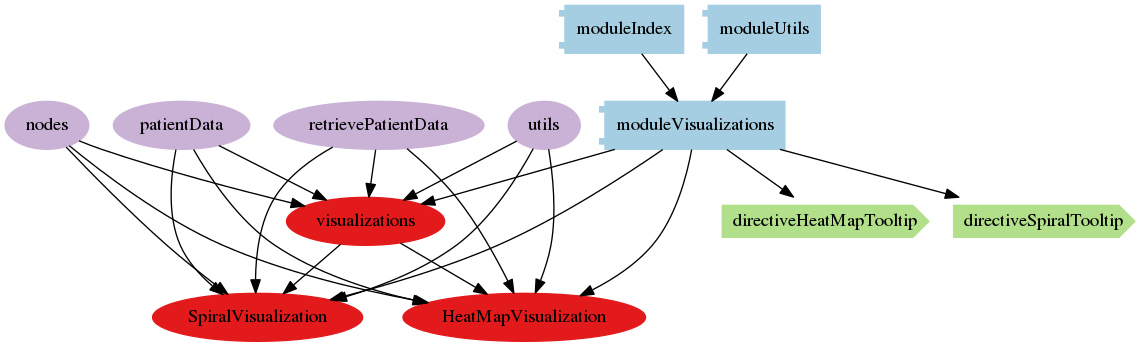
Above: architecture/png/modules/moduleVisualizations.png in nevesnunes/MultiViz (Graphviz), before the change. Its source is kept beside it as architecture/dot/modules/moduleVisualizations.dot.
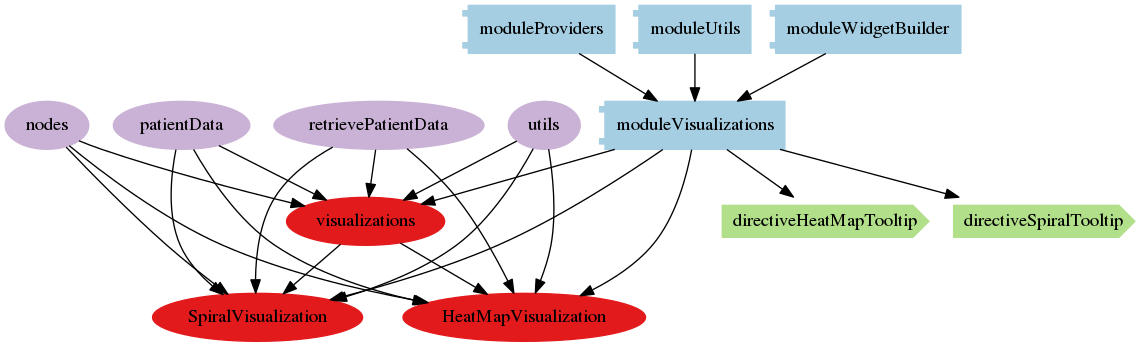
The same diagram one commit later.

Change to the diagram source:
```diff
@@ -6,11 +6,14 @@
     "moduleVisualizations"[label="moduleVisualizations", color=1]
 
 
-      "moduleIndex"[label="moduleIndex", color=1]
-      "moduleIndex" -> "moduleVisualizations"
+      "moduleProviders"[label="moduleProviders", color=1]
+      "moduleProviders" -> "moduleVisualizations"
 
       "moduleUtils"[label="moduleUtils", color=1]
       "moduleUtils" -> "moduleVisualizations"
+
+      "moduleWidgetBuilder"[label="moduleWidgetBuilder", color=1]
+      "moduleWidgetBuilder" -> "moduleVisualizations"
 
 
 
```
